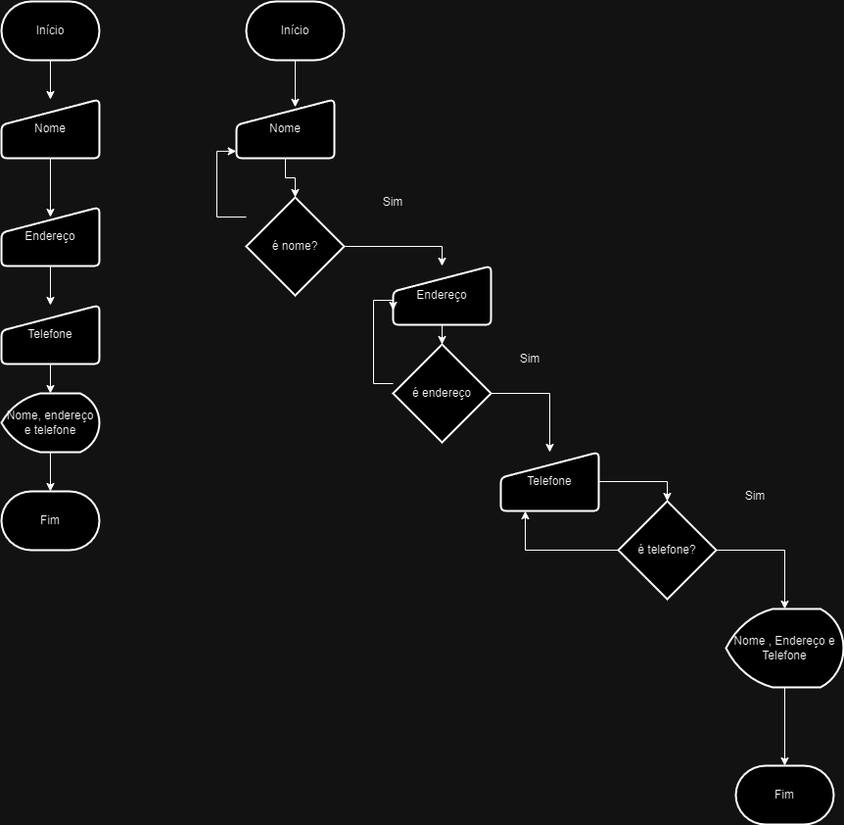
Above: 1-Diagramas_E_Mini_Game_Minecraft/Aula05/Diagramas/Atividade/1-InformacoesDeUsuario.png in Byorks/Estudos-C-Sharp (draw.io), before the change. Source tidied: cells renumbered, new cells last; positions are measured from the earlier drawing's top-left corner, leaving out a move shared by most shapes.
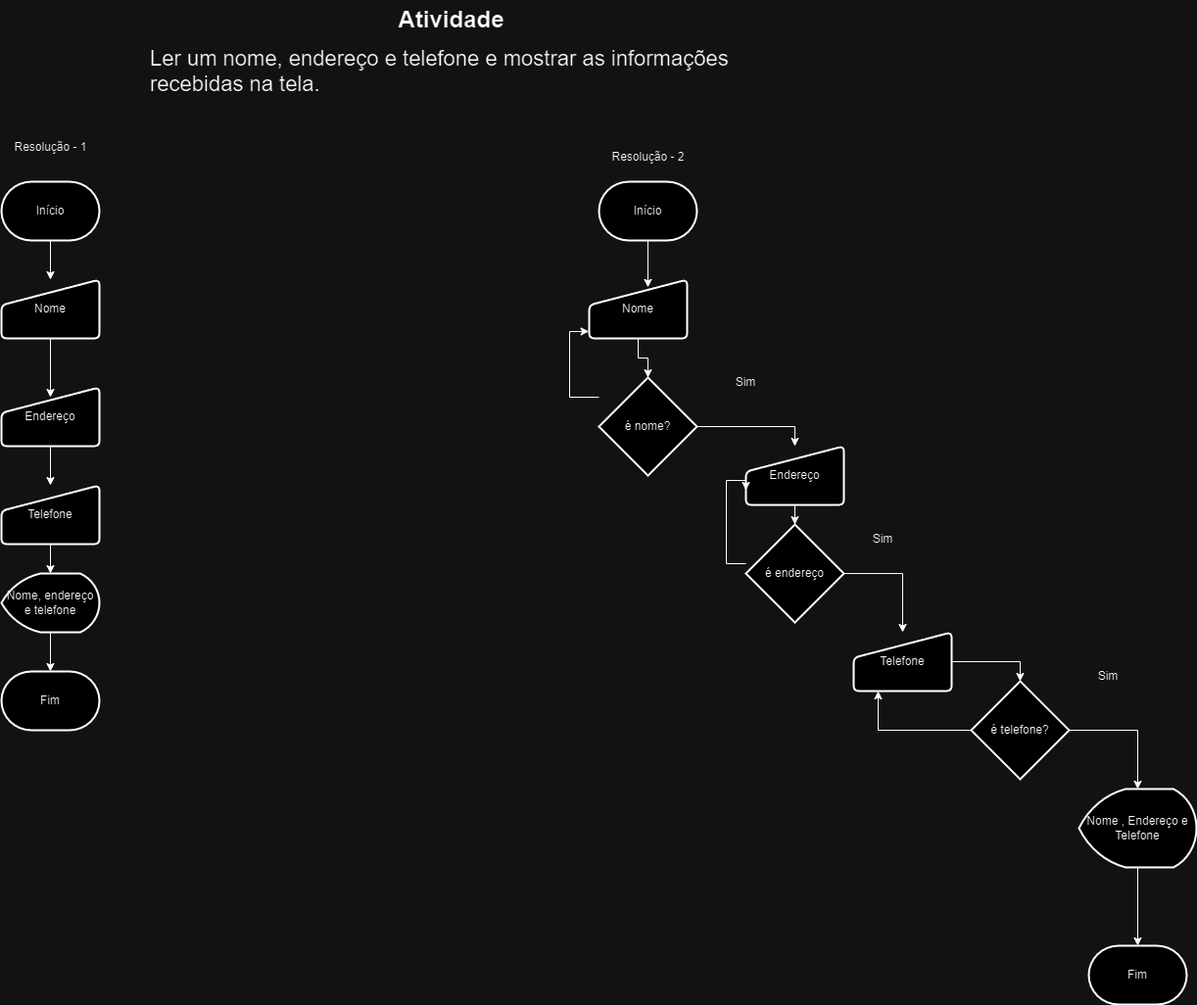
After the change.

The edit, as a diff of the source:
```diff
@@ -6,19 +6,19 @@
       <mxGeometry relative="1" as="geometry" />
     </mxCell>
     <mxCell id="3" value="Início" style="strokeWidth=2;html=1;shape=mxgraph.flowchart.terminator;whiteSpace=wrap;" parent="1" vertex="1">
-      <mxGeometry width="100" height="60" as="geometry" />
+      <mxGeometry x="-360" width="100" height="60" as="geometry" />
     </mxCell>
     <mxCell id="4" value="Nome" style="html=1;strokeWidth=2;shape=manualInput;whiteSpace=wrap;rounded=1;size=26;arcSize=11;" parent="1" vertex="1">
-      <mxGeometry y="100" width="100" height="60" as="geometry" />
+      <mxGeometry x="-360" y="100" width="100" height="60" as="geometry" />
     </mxCell>
     <mxCell id="5" value="Nome, endereço e telefone" style="strokeWidth=2;html=1;shape=mxgraph.flowchart.display;whiteSpace=wrap;" parent="1" vertex="1">
-      <mxGeometry y="400" width="100" height="60" as="geometry" />
+      <mxGeometry x="-360" y="400" width="100" height="60" as="geometry" />
     </mxCell>
     <mxCell id="6" style="edgeStyle=orthogonalEdgeStyle;rounded=0;jettySize=auto;html=1;entryX=0.5;entryY=0;entryDx=0;entryDy=0;entryPerimeter=0;" parent="1" edge="1" source="12" target="5">
       <mxGeometry relative="1" as="geometry" />
     </mxCell>
     <mxCell id="7" value="Fim" style="strokeWidth=2;html=1;shape=mxgraph.flowchart.terminator;whiteSpace=wrap;" parent="1" vertex="1">
-      <mxGeometry y="500" width="100" height="60" as="geometry" />
+      <mxGeometry x="-360" y="500" width="100" height="60" as="geometry" />
     </mxCell>
     <mxCell id="8" style="edgeStyle=orthogonalEdgeStyle;rounded=0;jettySize=auto;html=1;entryX=0.5;entryY=0;entryDx=0;entryDy=0;entryPerimeter=0;" parent="1" edge="1" source="5" target="7">
       <mxGeometry relative="1" as="geometry" />
@@ -30,10 +30,10 @@
       <mxGeometry relative="1" as="geometry" />
     </mxCell>
     <mxCell id="11" value="Endereço" style="html=1;strokeWidth=2;shape=manualInput;whiteSpace=wrap;rounded=1;size=26;arcSize=11;" parent="1" vertex="1">
-      <mxGeometry y="210" width="100" height="60" as="geometry" />
+      <mxGeometry x="-360" y="210" width="100" height="60" as="geometry" />
     </mxCell>
     <mxCell id="12" value="Telefone" style="html=1;strokeWidth=2;shape=manualInput;whiteSpace=wrap;rounded=1;size=26;arcSize=11;" parent="1" vertex="1">
-      <mxGeometry y="310" width="100" height="60" as="geometry" />
+      <mxGeometry x="-360" y="310" width="100" height="60" as="geometry" />
     </mxCell>
     <mxCell id="13" style="edgeStyle=orthogonalEdgeStyle;rounded=0;jettySize=auto;html=1;entryX=0.5;entryY=0.167;entryDx=0;entryDy=0;entryPerimeter=0;" parent="1" edge="1" source="4" target="11">
       <mxGeometry relative="1" as="geometry" />
@@ -114,5 +114,17 @@
     <mxCell id="35" value="Fim" style="strokeWidth=2;html=1;shape=mxgraph.flowchart.terminator;whiteSpace=wrap;" parent="1" vertex="1">
       <mxGeometry x="750" y="780" width="100" height="60" as="geometry" />
     </mxCell>
+    <mxCell id="36" value="Ler um nome, endereço e telefone e mostrar as informações recebidas na tela." style="text;whiteSpace=wrap;fontSize=22;" parent="1" vertex="1">
+      <mxGeometry x="-210" y="-145" width="617" height="70" as="geometry" />
+    </mxCell>
+    <mxCell id="37" value="Atividade" style="text;html=1;align=center;verticalAlign=middle;strokeColor=none;fillColor=none;fontSize=24;fontStyle=1;" parent="1" vertex="1">
+      <mxGeometry x="38.5" y="-185" width="120" height="40" as="geometry" />
+    </mxCell>
+    <mxCell id="38" value="Resolução - 1" style="text;html=1;align=center;verticalAlign=middle;strokeColor=none;fillColor=none;" parent="1" vertex="1">
+      <mxGeometry x="-360" y="-50" width="100" height="30" as="geometry" />
+    </mxCell>
+    <mxCell id="39" value="Resolução - 2" style="text;html=1;align=center;verticalAlign=middle;strokeColor=none;fillColor=none;" parent="1" vertex="1">
+      <mxGeometry x="250" y="-40" width="100" height="30" as="geometry" />
+    </mxCell>
   </root>
 </mxGraphModel>
```
